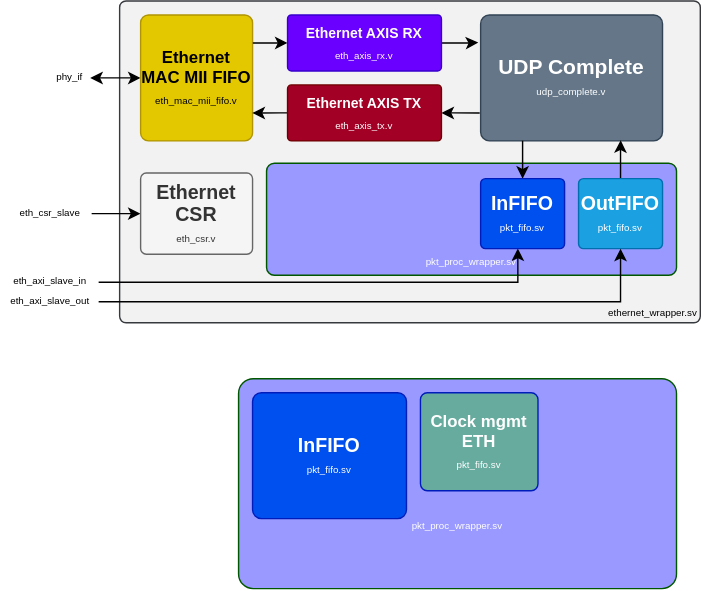
This is docs/eth_axi.svg from aignacio/ethernet_axi, a draw.io export, as it was before one commit. Source tidied: cells renumbered, new cells last; positions are measured from the earlier drawing's top-left corner, leaving out a move shared by most shapes.
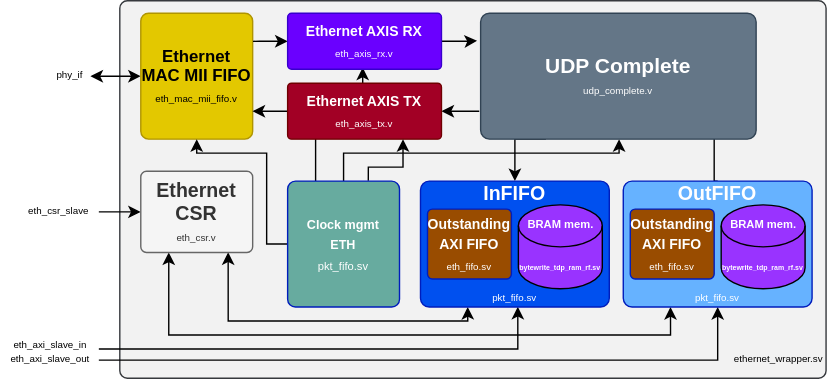
The same file after the commit.

What changed in the source:
```diff
@@ -2,26 +2,41 @@
   <root>
     <mxCell id="0" />
     <mxCell id="1" parent="0" />
-    <mxCell id="2" value="&lt;br&gt;&lt;br&gt;&lt;br&gt;&lt;br&gt;&lt;font style=&quot;font-size: 7px;&quot;&gt;pkt_proc_wrapper.sv&lt;/font&gt;" style="rounded=1;whiteSpace=wrap;html=1;arcSize=7;fillColor=#9999FF;strokeColor=#005700;fontColor=#ffffff;" parent="1" vertex="1">
-      <mxGeometry x="170" y="270" width="313" height="150" as="geometry" />
-    </mxCell>
-    <mxCell id="3" value="&lt;br&gt;&lt;br&gt;&lt;br&gt;&lt;br&gt;&lt;br&gt;&lt;br&gt;&lt;br&gt;&lt;br&gt;&lt;br&gt;&lt;br&gt;&lt;br&gt;&lt;br&gt;&lt;br&gt;&lt;br&gt;&lt;br&gt;&lt;br&gt;&lt;br&gt;&lt;br&gt;&lt;br&gt;&lt;br&gt;&lt;br&gt;&lt;br&gt;&lt;br&gt;&lt;br&gt;&lt;br&gt;&lt;br&gt;ethernet_wrapper.sv" style="rounded=1;whiteSpace=wrap;html=1;fontSize=7;arcSize=2;fillColor=#F2F2F2;strokeColor=#36393d;align=right;" parent="1" vertex="1">
-      <mxGeometry x="85" width="415" height="230" as="geometry" />
+    <mxCell id="3" value="&lt;br&gt;&lt;br&gt;&lt;br&gt;&lt;br&gt;&lt;br&gt;&lt;br&gt;&lt;br&gt;&lt;br&gt;&lt;br&gt;&lt;br&gt;&lt;br&gt;&lt;br&gt;&lt;br&gt;&lt;br&gt;&lt;br&gt;&lt;br&gt;&lt;br&gt;&lt;br&gt;&lt;br&gt;&lt;br&gt;&lt;br&gt;&lt;br&gt;&lt;br&gt;&lt;br&gt;&lt;br&gt;&lt;br&gt;&lt;br&gt;&lt;br&gt;&lt;br&gt;ethernet_wrapper.sv" style="rounded=1;whiteSpace=wrap;html=1;fontSize=7;arcSize=2;fillColor=#F2F2F2;strokeColor=#36393d;align=right;" parent="1" vertex="1">
+      <mxGeometry x="-225" y="-160" width="505" height="270" as="geometry" />
     </mxCell>
-    <mxCell id="4" value="&lt;br&gt;&lt;br&gt;&lt;br&gt;&lt;br&gt;&lt;font style=&quot;font-size: 7px;&quot;&gt;pkt_proc_wrapper.sv&lt;/font&gt;" style="rounded=1;whiteSpace=wrap;html=1;arcSize=7;fillColor=#9999FF;strokeColor=#005700;fontColor=#ffffff;" parent="1" vertex="1">
-      <mxGeometry x="190" y="116" width="293" height="80" as="geometry" />
-    </mxCell>
+    <mxCell id="28" style="edgeStyle=orthogonalEdgeStyle;rounded=0;jettySize=auto;html=1;fontSize=8;fontColor=#FFFFFF;startArrow=none;startFill=0;exitX=0.25;exitY=0;exitDx=0;exitDy=0;entryX=0.488;entryY=0.97;entryDx=0;entryDy=0;entryPerimeter=0;" parent="1" edge="1" source="27" target="11">
+      <mxGeometry relative="1" as="geometry" />
+    </mxCell>
-    <mxCell id="5" style="edgeStyle=orthogonalEdgeStyle;rounded=0;jettySize=auto;html=1;fontSize=7;startArrow=classic;startFill=1;endArrow=none;endFill=0;" parent="1" edge="1" source="6" target="23">
-      <mxGeometry relative="1" as="geometry" />
+    <mxCell id="5" style="edgeStyle=orthogonalEdgeStyle;rounded=0;jettySize=auto;html=1;fontSize=7;startArrow=classic;startFill=1;endArrow=none;endFill=0;" parent="1" edge="1" source="6">
+      <mxGeometry relative="1" as="geometry">
+        <mxPoint x="-240" y="-9" as="targetPoint" />
+      </mxGeometry>
     </mxCell>
+    <mxCell id="29" style="edgeStyle=orthogonalEdgeStyle;rounded=0;jettySize=auto;html=1;fontSize=8;fontColor=#FFFFFF;entryX=0.25;entryY=1;entryDx=0;entryDy=0;exitX=0.781;exitY=0.998;exitDx=0;exitDy=0;exitPerimeter=0;startArrow=classic;startFill=1;" parent="1" edge="1" source="6" target="26">
+      <mxGeometry relative="1" as="geometry">
+        <Array as="points">
+          <mxPoint x="-147" y="69" />
+          <mxPoint x="24" y="69" />
+        </Array>
+      </mxGeometry>
+    </mxCell>
+    <mxCell id="30" style="edgeStyle=orthogonalEdgeStyle;rounded=0;jettySize=auto;html=1;entryX=0.25;entryY=1;entryDx=0;entryDy=0;fontSize=8;fontColor=#FFFFFF;exitX=0.25;exitY=1;exitDx=0;exitDy=0;startArrow=classic;startFill=1;" parent="1" edge="1" source="6" target="18">
+      <mxGeometry relative="1" as="geometry">
+        <Array as="points">
+          <mxPoint x="-190" y="79" />
+          <mxPoint x="169" y="79" />
+        </Array>
+      </mxGeometry>
+    </mxCell>
     <mxCell id="6" value="&lt;b style=&quot;font-size: 14px;&quot;&gt;Ethernet CSR&lt;br&gt;&lt;/b&gt;&lt;font style=&quot;font-size: 7px;&quot;&gt;eth_csr.v&lt;/font&gt;" style="rounded=1;whiteSpace=wrap;html=1;arcSize=7;fillColor=#f5f5f5;strokeColor=#666666;fontColor=#333333;" parent="1" vertex="1">
-      <mxGeometry x="100" y="123" width="80" height="58" as="geometry" />
+      <mxGeometry x="-210" y="-38" width="80" height="58" as="geometry" />
     </mxCell>
     <mxCell id="7" style="edgeStyle=orthogonalEdgeStyle;rounded=0;jettySize=auto;html=1;fontSize=7;startArrow=classic;startFill=1;endArrow=classic;endFill=1;" parent="1" edge="1" source="8" target="24">
       <mxGeometry relative="1" as="geometry" />
     </mxCell>
     <mxCell id="8" value="&lt;b style=&quot;&quot;&gt;&lt;font style=&quot;font-size: 12px;&quot;&gt;Ethernet MAC MII FIFO&lt;/font&gt;&lt;br&gt;&lt;/b&gt;&lt;font style=&quot;font-size: 7px;&quot;&gt;eth_mac_mii_fifo.v&lt;/font&gt;" style="rounded=1;whiteSpace=wrap;html=1;arcSize=7;fillColor=#e3c800;strokeColor=#B09500;fontColor=#000000;" parent="1" vertex="1">
-      <mxGeometry x="100" y="10" width="80" height="90" as="geometry" />
+      <mxGeometry x="-210" y="-151" width="80" height="90" as="geometry" />
     </mxCell>
     <mxCell id="9" style="edgeStyle=orthogonalEdgeStyle;rounded=0;jettySize=auto;html=1;fontSize=12;startArrow=none;startFill=0;endArrow=classic;endFill=1;entryX=-0.013;entryY=0.219;entryDx=0;entryDy=0;entryPerimeter=0;" parent="1" edge="1" source="11" target="15">
       <mxGeometry relative="1" as="geometry" />
@@ -30,7 +45,7 @@
       <mxGeometry relative="1" as="geometry" />
     </mxCell>
     <mxCell id="11" value="&lt;b style=&quot;font-size: 10px;&quot;&gt;Ethernet AXIS RX&lt;br&gt;&lt;/b&gt;&lt;font style=&quot;font-size: 7px;&quot;&gt;eth_axis_rx.v&lt;/font&gt;" style="rounded=1;whiteSpace=wrap;html=1;arcSize=7;fillColor=#6a00ff;strokeColor=#3700CC;fontColor=#ffffff;" parent="1" vertex="1">
-      <mxGeometry x="205" y="10" width="110" height="40" as="geometry" />
+      <mxGeometry x="-105" y="-151" width="110" height="40" as="geometry" />
     </mxCell>
     <mxCell id="12" style="edgeStyle=orthogonalEdgeStyle;rounded=0;jettySize=auto;html=1;fontSize=12;startArrow=classic;startFill=1;endArrow=none;endFill=0;entryX=-0.005;entryY=0.778;entryDx=0;entryDy=0;entryPerimeter=0;" parent="1" edge="1" source="14" target="15">
       <mxGeometry relative="1" as="geometry" />
@@ -39,53 +54,102 @@
       <mxGeometry relative="1" as="geometry" />
     </mxCell>
     <mxCell id="14" value="&lt;b style=&quot;font-size: 10px;&quot;&gt;Ethernet AXIS TX&lt;br&gt;&lt;/b&gt;&lt;font style=&quot;font-size: 7px;&quot;&gt;eth_axis_tx.v&lt;/font&gt;" style="rounded=1;whiteSpace=wrap;html=1;arcSize=7;fillColor=#a20025;strokeColor=#6F0000;fontColor=#ffffff;" parent="1" vertex="1">
-      <mxGeometry x="205" y="60" width="110" height="40" as="geometry" />
+      <mxGeometry x="-105" y="-101" width="110" height="40" as="geometry" />
     </mxCell>
-    <mxCell id="15" value="&lt;b style=&quot;font-size: 15px;&quot;&gt;UDP Complete&lt;br&gt;&lt;/b&gt;&lt;font style=&quot;font-size: 7px;&quot;&gt;udp_complete.v&lt;/font&gt;" style="rounded=1;whiteSpace=wrap;html=1;arcSize=7;fillColor=#647687;strokeColor=#314354;fontColor=#ffffff;" parent="1" vertex="1">
-      <mxGeometry x="343" y="10" width="130" height="90" as="geometry" />
-    </mxCell>
-    <mxCell id="16" style="edgeStyle=orthogonalEdgeStyle;rounded=0;jettySize=auto;html=1;exitX=0.5;exitY=0;exitDx=0;exitDy=0;fontSize=12;startArrow=classic;startFill=1;endArrow=none;endFill=0;entryX=0.237;entryY=0.999;entryDx=0;entryDy=0;entryPerimeter=0;" parent="1" edge="1" target="15">
+    <mxCell id="16" style="edgeStyle=orthogonalEdgeStyle;rounded=0;jettySize=auto;html=1;exitX=0.5;exitY=0;exitDx=0;exitDy=0;fontSize=12;startArrow=classic;startFill=1;endArrow=none;endFill=0;entryX=0.237;entryY=0.999;entryDx=0;entryDy=0;entryPerimeter=0;" parent="1" edge="1" source="26" target="15">
       <mxGeometry relative="1" as="geometry">
-        <mxPoint x="373" y="127" as="sourcePoint" />
         <Array as="points">
-          <mxPoint x="373" y="100" />
+          <mxPoint x="58" y="-61" />
         </Array>
       </mxGeometry>
     </mxCell>
-    <mxCell id="17" style="edgeStyle=orthogonalEdgeStyle;rounded=0;jettySize=auto;html=1;fontSize=12;entryX=0.77;entryY=0.994;entryDx=0;entryDy=0;entryPerimeter=0;" parent="1" edge="1" source="18" target="15">
-      <mxGeometry relative="1" as="geometry" />
+    <mxCell id="17" style="edgeStyle=orthogonalEdgeStyle;rounded=0;jettySize=auto;html=1;fontSize=12;exitX=0.5;exitY=0;exitDx=0;exitDy=0;" parent="1" edge="1" source="18">
+      <mxGeometry relative="1" as="geometry">
+        <mxPoint x="200" y="-61" as="targetPoint" />
+        <Array as="points">
+          <mxPoint x="200" y="-31" />
+          <mxPoint x="200" y="-62" />
+        </Array>
+      </mxGeometry>
     </mxCell>
-    <mxCell id="18" value="&lt;span style=&quot;font-weight: bold; font-size: 14px;&quot;&gt;OutFIFO&lt;/span&gt;&lt;br&gt;&lt;font style=&quot;font-size: 7px;&quot;&gt;pkt_fifo.sv&lt;/font&gt;" style="rounded=1;whiteSpace=wrap;html=1;arcSize=7;fillColor=#1ba1e2;strokeColor=#006EAF;fontColor=#ffffff;rotation=0;" parent="1" vertex="1">
-      <mxGeometry x="413" y="127" width="60" height="50" as="geometry" />
-    </mxCell>
-    <mxCell id="19" style="edgeStyle=orthogonalEdgeStyle;rounded=0;jettySize=auto;html=1;fontSize=7;startArrow=none;startFill=0;endArrow=classic;endFill=1;entryX=0.443;entryY=0.997;entryDx=0;entryDy=0;entryPerimeter=0;" parent="1" edge="1" source="20">
+    <mxCell id="19" style="edgeStyle=orthogonalEdgeStyle;rounded=0;orthogonalLoop=1;jettySize=auto;html=1;fontSize=7;startArrow=none;startFill=0;endArrow=classic;endFill=1;entryX=0.443;entryY=0.997;entryDx=0;entryDy=0;entryPerimeter=0;" parent="1" edge="1">
       <mxGeometry relative="1" as="geometry">
-        <mxPoint x="369.6" y="176.8" as="targetPoint" />
+        <mxPoint x="-240" y="89" as="sourcePoint" />
+        <mxPoint x="59.6" y="58.8" as="targetPoint" />
+        <Array as="points">
+          <mxPoint x="60" y="89" />
+        </Array>
       </mxGeometry>
     </mxCell>
     <mxCell id="20" value="eth_axi_slave_in" style="text;html=1;align=center;verticalAlign=middle;points=[];strokeColor=none;fillColor=none;fontSize=7;" parent="1" vertex="1">
-      <mxGeometry y="196" width="70" height="10" as="geometry" />
+      <mxGeometry x="-310" y="82" width="70" height="10" as="geometry" />
     </mxCell>
-    <mxCell id="21" style="edgeStyle=orthogonalEdgeStyle;rounded=0;jettySize=auto;html=1;fontSize=7;startArrow=none;startFill=0;endArrow=classic;endFill=1;entryX=0.5;entryY=1;entryDx=0;entryDy=0;" parent="1" edge="1" source="22" target="18">
+    <mxCell id="21" style="edgeStyle=orthogonalEdgeStyle;rounded=0;jettySize=auto;html=1;fontSize=7;startArrow=none;startFill=0;endArrow=classic;endFill=1;" parent="1" edge="1" source="22" target="18">
       <mxGeometry relative="1" as="geometry" />
     </mxCell>
     <mxCell id="22" value="eth_axi_slave_out" style="text;html=1;align=center;verticalAlign=middle;points=[];strokeColor=none;fillColor=none;fontSize=7;" parent="1" vertex="1">
-      <mxGeometry y="210" width="70" height="10" as="geometry" />
+      <mxGeometry x="-310" y="92" width="70" height="10" as="geometry" />
     </mxCell>
     <mxCell id="23" value="eth_csr_slave" style="text;html=1;align=center;verticalAlign=middle;points=[];strokeColor=none;fillColor=none;fontSize=7;" parent="1" vertex="1">
-      <mxGeometry x="5" y="147" width="60" height="10" as="geometry" />
+      <mxGeometry x="-299" y="-14" width="60" height="10" as="geometry" />
     </mxCell>
     <mxCell id="24" value="phy_if" style="text;html=1;align=center;verticalAlign=middle;points=[];strokeColor=none;fillColor=none;fontSize=7;" parent="1" vertex="1">
-      <mxGeometry x="34" y="50" width="30" height="10" as="geometry" />
+      <mxGeometry x="-276" y="-111" width="30" height="10" as="geometry" />
     </mxCell>
-    <mxCell id="25" value="&lt;span style=&quot;font-weight: bold; font-size: 14px;&quot;&gt;InFIFO&lt;/span&gt;&lt;br&gt;&lt;font style=&quot;font-size: 7px;&quot;&gt;pkt_fifo.sv&lt;/font&gt;" style="rounded=1;whiteSpace=wrap;html=1;arcSize=7;fillColor=#0050ef;strokeColor=#001DBC;fontColor=#ffffff;rotation=0;" parent="1" vertex="1">
-      <mxGeometry x="343" y="127" width="60" height="50" as="geometry" />
-    </mxCell>
-    <mxCell id="26" value="&lt;span style=&quot;font-weight: bold; font-size: 14px;&quot;&gt;InFIFO&lt;/span&gt;&lt;br&gt;&lt;font style=&quot;font-size: 7px;&quot;&gt;pkt_fifo.sv&lt;/font&gt;" style="rounded=1;whiteSpace=wrap;html=1;arcSize=7;fillColor=#0050ef;strokeColor=#001DBC;fontColor=#ffffff;rotation=0;" parent="1" vertex="1">
-      <mxGeometry x="180" y="280" width="110" height="90" as="geometry" />
+    <mxCell id="26" value="&lt;span style=&quot;font-weight: bold; font-size: 14px;&quot;&gt;InFIFO&lt;br&gt;&lt;/span&gt;&lt;br&gt;&lt;br&gt;&lt;br&gt;&lt;br&gt;&lt;font style=&quot;font-size: 7px;&quot;&gt;pkt_fifo.sv&lt;/font&gt;" style="rounded=1;whiteSpace=wrap;html=1;arcSize=7;fillColor=#0050ef;strokeColor=#001DBC;fontColor=#ffffff;rotation=0;" parent="1" vertex="1">
+      <mxGeometry x="-10" y="-31" width="135" height="90" as="geometry" />
     </mxCell>
+    <mxCell id="31" style="edgeStyle=orthogonalEdgeStyle;rounded=0;jettySize=auto;html=1;fontSize=8;fontColor=#FFFFFF;" parent="1" edge="1" source="27" target="15">
+      <mxGeometry relative="1" as="geometry">
+        <Array as="points">
+          <mxPoint x="-65" y="-51" />
+          <mxPoint x="132" y="-51" />
+        </Array>
+      </mxGeometry>
+    </mxCell>
+    <mxCell id="32" style="edgeStyle=orthogonalEdgeStyle;rounded=0;jettySize=auto;html=1;entryX=0.75;entryY=1;entryDx=0;entryDy=0;fontSize=8;fontColor=#FFFFFF;startArrow=none;startFill=0;exitX=0.721;exitY=-0.003;exitDx=0;exitDy=0;exitPerimeter=0;" parent="1" edge="1" source="27" target="14">
+      <mxGeometry relative="1" as="geometry">
+        <Array as="points">
+          <mxPoint x="-47" y="-41" />
+          <mxPoint x="-22" y="-41" />
+        </Array>
+      </mxGeometry>
+    </mxCell>
+    <mxCell id="33" style="edgeStyle=orthogonalEdgeStyle;rounded=0;jettySize=auto;html=1;entryX=0.5;entryY=1;entryDx=0;entryDy=0;fontSize=8;fontColor=#FFFFFF;startArrow=none;startFill=0;" parent="1" edge="1" source="27" target="8">
+      <mxGeometry relative="1" as="geometry">
+        <Array as="points">
+          <mxPoint x="-120" y="14" />
+          <mxPoint x="-120" y="-51" />
+          <mxPoint x="-170" y="-51" />
+        </Array>
+      </mxGeometry>
+    </mxCell>
-    <mxCell id="27" value="&lt;span style=&quot;font-weight: bold;&quot;&gt;&lt;font style=&quot;font-size: 12px;&quot;&gt;Clock mgmt ETH&lt;/font&gt;&lt;/span&gt;&lt;br&gt;&lt;font style=&quot;font-size: 7px;&quot;&gt;pkt_fifo.sv&lt;/font&gt;" style="rounded=1;whiteSpace=wrap;html=1;arcSize=7;fillColor=#67AB9F;strokeColor=#001DBC;fontColor=#ffffff;rotation=0;" parent="1" vertex="1">
-      <mxGeometry x="300" y="280" width="84" height="70" as="geometry" />
+    <mxCell id="27" value="&lt;span style=&quot;font-weight: bold;&quot;&gt;&lt;font style=&quot;font-size: 9px;&quot;&gt;Clock mgmt&lt;br&gt;ETH&lt;/font&gt;&lt;/span&gt;&lt;font style=&quot;&quot;&gt;&lt;br&gt;&lt;font style=&quot;font-size: 8px;&quot;&gt;pkt_fifo.sv&lt;/font&gt;&lt;/font&gt;" style="rounded=1;whiteSpace=wrap;html=1;arcSize=7;fillColor=#67AB9F;strokeColor=#001DBC;fontColor=#ffffff;rotation=0;" parent="1" vertex="1">
+      <mxGeometry x="-105" y="-31" width="80" height="90" as="geometry" />
     </mxCell>
+    <mxCell id="34" value="&lt;b style=&quot;&quot;&gt;&lt;font style=&quot;font-size: 10px;&quot;&gt;Outstanding AXI FIFO&lt;/font&gt;&lt;/b&gt;&lt;br&gt;&lt;font style=&quot;font-size: 7px;&quot;&gt;eth_fifo.sv&lt;/font&gt;" style="rounded=1;whiteSpace=wrap;html=1;arcSize=7;fillColor=#994C00;strokeColor=#001DBC;fontColor=#ffffff;rotation=0;" parent="1" vertex="1">
+      <mxGeometry x="-5" y="-11" width="60" height="50" as="geometry" />
+    </mxCell>
+    <mxCell id="35" value="&lt;font style=&quot;font-size: 5px;&quot; color=&quot;#ffffff&quot;&gt;&lt;b style=&quot;&quot;&gt;&lt;font style=&quot;font-size: 5px;&quot;&gt;bytewrite_tdp_ram_rf&lt;/font&gt;&lt;font style=&quot;font-size: 5px;&quot;&gt;&lt;span style=&quot;&quot;&gt;.&lt;/span&gt;&lt;font style=&quot;font-size: 5px;&quot;&gt;sv&lt;/font&gt;&lt;/font&gt;&lt;/b&gt;&lt;br&gt;&lt;/font&gt;" style="shape=cylinder3;whiteSpace=wrap;html=1;boundedLbl=1;backgroundOutline=1;size=15;fontSize=10;fillColor=#9933FF;" parent="1" vertex="1">
+      <mxGeometry x="60" y="-14" width="60" height="60" as="geometry" />
+    </mxCell>
+    <mxCell id="36" value="&lt;b&gt;&lt;font style=&quot;font-size: 8px;&quot;&gt;BRAM mem.&lt;/font&gt;&lt;/b&gt;" style="text;html=1;align=center;verticalAlign=middle;strokeColor=none;fillColor=none;fontSize=5;fontColor=#FFFFFF;" parent="1" vertex="1">
+      <mxGeometry x="60" y="-5" width="60" height="10" as="geometry" />
+    </mxCell>
+    <mxCell id="18" value="&lt;span style=&quot;font-weight: bold; font-size: 14px;&quot;&gt;OutFIFO&lt;br&gt;&lt;/span&gt;&lt;br&gt;&lt;br&gt;&lt;br&gt;&lt;br&gt;&lt;font style=&quot;font-size: 7px;&quot;&gt;pkt_fifo.sv&lt;/font&gt;" style="rounded=1;whiteSpace=wrap;html=1;arcSize=7;fillColor=#66B2FF;strokeColor=#001DBC;fontColor=#ffffff;rotation=0;" parent="1" vertex="1">
+      <mxGeometry x="135" y="-31" width="135" height="90" as="geometry" />
+    </mxCell>
+    <mxCell id="37" value="&lt;b style=&quot;&quot;&gt;&lt;font style=&quot;font-size: 10px;&quot;&gt;Outstanding AXI FIFO&lt;/font&gt;&lt;/b&gt;&lt;br&gt;&lt;font style=&quot;font-size: 7px;&quot;&gt;eth_fifo.sv&lt;/font&gt;" style="rounded=1;whiteSpace=wrap;html=1;arcSize=7;fillColor=#994C00;strokeColor=#001DBC;fontColor=#ffffff;rotation=0;" parent="1" vertex="1">
+      <mxGeometry x="140" y="-11" width="60" height="50" as="geometry" />
+    </mxCell>
+    <mxCell id="38" value="&lt;font style=&quot;font-size: 5px;&quot; color=&quot;#ffffff&quot;&gt;&lt;b style=&quot;&quot;&gt;&lt;font style=&quot;font-size: 5px;&quot;&gt;bytewrite_tdp_ram_rf&lt;/font&gt;&lt;font style=&quot;font-size: 5px;&quot;&gt;&lt;span style=&quot;&quot;&gt;.&lt;/span&gt;&lt;font style=&quot;font-size: 5px;&quot;&gt;sv&lt;/font&gt;&lt;/font&gt;&lt;/b&gt;&lt;br&gt;&lt;/font&gt;" style="shape=cylinder3;whiteSpace=wrap;html=1;boundedLbl=1;backgroundOutline=1;size=15;fontSize=10;fillColor=#9933FF;" parent="1" vertex="1">
+      <mxGeometry x="205" y="-14" width="60" height="60" as="geometry" />
+    </mxCell>
+    <mxCell id="39" value="&lt;b&gt;&lt;font style=&quot;font-size: 8px;&quot;&gt;BRAM mem.&lt;/font&gt;&lt;/b&gt;" style="text;html=1;align=center;verticalAlign=middle;strokeColor=none;fillColor=none;fontSize=5;fontColor=#FFFFFF;" parent="1" vertex="1">
+      <mxGeometry x="205" y="-5" width="60" height="10" as="geometry" />
+    </mxCell>
+    <mxCell id="15" value="&lt;b style=&quot;font-size: 15px;&quot;&gt;UDP Complete&lt;br&gt;&lt;/b&gt;&lt;font style=&quot;font-size: 7px;&quot;&gt;udp_complete.v&lt;/font&gt;" style="rounded=1;whiteSpace=wrap;html=1;arcSize=7;fillColor=#647687;strokeColor=#314354;fontColor=#ffffff;" parent="1" vertex="1">
+      <mxGeometry x="33" y="-151" width="197" height="90" as="geometry" />
+    </mxCell>
   </root>
 </mxGraphModel>
```
